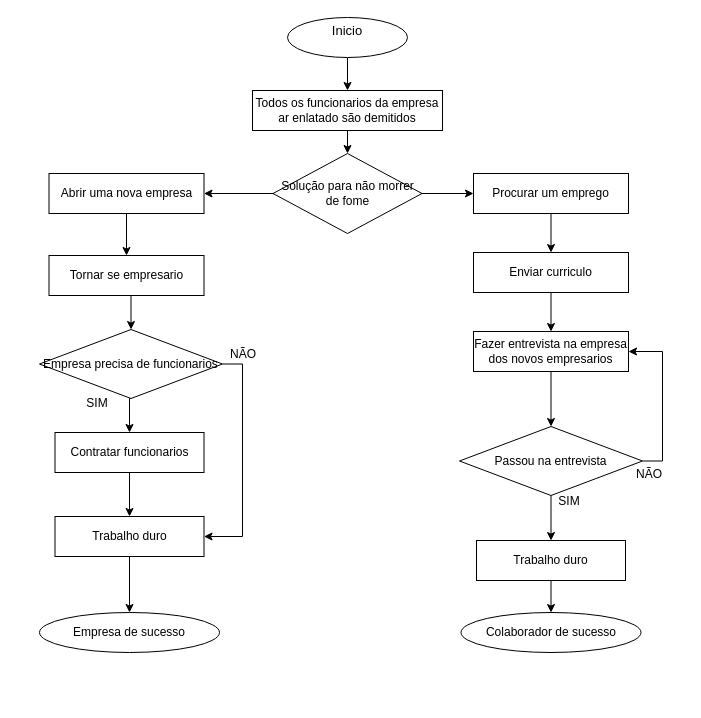
Before: RH_demetido.drawio in Thiago163/caneta, a draw.io diagram. Source tidied: cells renumbered, new cells numbered last; positions are measured from the earlier drawing's top-left corner, leaving out a move shared by most shapes. Both pictures are drawn from the tidied source at 100%, with x=0, y=0 at pixel (39, 17).
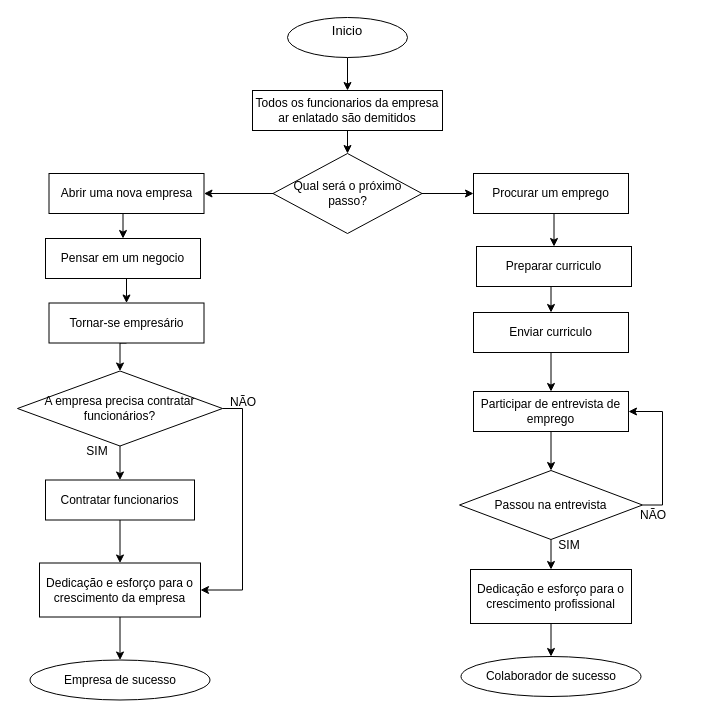
Above is the later version.

Unchanged cells that the change refers to:
```xml
<mxCell id="3" value="Procurar um emprego" style="rounded=0;whiteSpace=wrap;html=1;" parent="1" vertex="1">
  <mxGeometry x="434" y="156" width="155" height="40" as="geometry" />
</mxCell>
<mxCell id="15" value="Abrir uma nova empresa" style="rounded=0;whiteSpace=wrap;html=1;" parent="1" vertex="1">
  <mxGeometry x="9.5" y="156" width="155" height="40" as="geometry" />
</mxCell>
```

What changed in the source:
```diff
@@
-    <mxCell id="2" style="edgeStyle=orthogonalEdgeStyle;rounded=0;jettySize=auto;html=1;exitX=0.5;exitY=1;exitDx=0;exitDy=0;entryX=0.5;entryY=0;entryDx=0;entryDy=0;" parent="1" edge="1" source="3" target="31">
-      <mxGeometry relative="1" as="geometry" />
-    </mxCell>
+    <mxCell id="37" style="edgeStyle=orthogonalEdgeStyle;rounded=0;jettySize=auto;html=1;exitX=0.5;exitY=1;exitDx=0;exitDy=0;entryX=0.5;entryY=0;entryDx=0;entryDy=0;" parent="1" edge="1" source="3" target="42">
+      <mxGeometry relative="1" as="geometry" />
+    </mxCell>
@@
     <mxCell id="4" value="&lt;div&gt;Colaborador de sucesso&lt;/div&gt;" style="ellipse;whiteSpace=wrap;html=1;shapeInside=1;" parent="1" vertex="1">
-      <mxGeometry x="421.5" y="595" width="180" height="40" as="geometry" />
+      <mxGeometry x="421.5" y="639" width="180" height="40" as="geometry" />
     </mxCell>
@@
-    <mxCell id="6" value="Fazer entrevista na empresa dos novos empresarios" style="rounded=0;whiteSpace=wrap;html=1;" parent="1" vertex="1">
-      <mxGeometry x="434" y="314" width="155" height="40" as="geometry" />
+    <mxCell id="6" value="Participar de entrevista de emprego" style="rounded=0;whiteSpace=wrap;html=1;" parent="1" vertex="1">
+      <mxGeometry x="434" y="374" width="155" height="40" as="geometry" />
     </mxCell>
@@
     <mxCell id="9" value="Passou na entrevista" style="rhombus;whiteSpace=wrap;html=1;shapeInside=1;" parent="1" vertex="1">
-      <mxGeometry x="420" y="409" width="183" height="69" as="geometry" />
+      <mxGeometry x="420" y="453" width="183" height="69" as="geometry" />
     </mxCell>
@@
-    <mxCell id="14" style="edgeStyle=orthogonalEdgeStyle;rounded=0;jettySize=auto;html=1;exitX=0.5;exitY=1;exitDx=0;exitDy=0;entryX=0.5;entryY=0;entryDx=0;entryDy=0;" parent="1" edge="1" source="15" target="17">
-      <mxGeometry relative="1" as="geometry" />
-    </mxCell>
+    <mxCell id="38" style="edgeStyle=orthogonalEdgeStyle;rounded=0;jettySize=auto;html=1;exitX=0.5;exitY=1;exitDx=0;exitDy=0;entryX=0.5;entryY=0;entryDx=0;entryDy=0;" parent="1" edge="1" source="15" target="40">
+      <mxGeometry relative="1" as="geometry" />
+    </mxCell>
@@
-    <mxCell id="17" value="Tornar se empresario" style="rounded=0;whiteSpace=wrap;html=1;" parent="1" vertex="1">
-      <mxGeometry x="9.5" y="238" width="155" height="40" as="geometry" />
+    <mxCell id="17" value="Tornar-se empresário" style="rounded=0;whiteSpace=wrap;html=1;" parent="1" vertex="1">
+      <mxGeometry x="9.5" y="285.5" width="155" height="40" as="geometry" />
     </mxCell>
@@
     <mxCell id="19" value="Contratar funcionarios" style="rounded=0;whiteSpace=wrap;html=1;" parent="1" vertex="1">
-      <mxGeometry x="15.5" y="415" width="149" height="40" as="geometry" />
+      <mxGeometry x="6" y="462.5" width="149" height="40" as="geometry" />
     </mxCell>
     <mxCell id="20" value="&lt;div&gt;Empresa de sucesso&lt;/div&gt;" style="ellipse;whiteSpace=wrap;html=1;shapeInside=1;" parent="1" vertex="1">
-      <mxGeometry y="595" width="180" height="40" as="geometry" />
+      <mxGeometry x="-9.5" y="642.5" width="180" height="40" as="geometry" />
     </mxCell>
@@
-    <mxCell id="23" value="Empresa precisa de funcionarios" style="rhombus;whiteSpace=wrap;html=1;shapeInside=1;" parent="1" vertex="1">
-      <mxGeometry y="312" width="183" height="69" as="geometry" />
+    <mxCell id="23" value="A empresa precisa contratar funcionários?" style="rhombus;whiteSpace=wrap;html=1;shapeInside=1;" parent="1" vertex="1">
+      <mxGeometry x="-22" y="353.5" width="205" height="75" as="geometry" />
     </mxCell>
     <mxCell id="24" value="SIM" style="text;html=1;whiteSpace=wrap;strokeColor=none;fillColor=none;align=center;verticalAlign=middle;rounded=0;" parent="1" vertex="1">
-      <mxGeometry x="500" y="469" width="60" height="30" as="geometry" />
+      <mxGeometry x="500" y="513" width="60" height="30" as="geometry" />
     </mxCell>
     <mxCell id="25" value="NÃO" style="text;html=1;whiteSpace=wrap;strokeColor=none;fillColor=none;align=center;verticalAlign=middle;rounded=0;" parent="1" vertex="1">
-      <mxGeometry x="580" y="442" width="60" height="30" as="geometry" />
+      <mxGeometry x="584" y="483" width="60" height="30" as="geometry" />
     </mxCell>
     <mxCell id="26" value="SIM" style="text;html=1;whiteSpace=wrap;strokeColor=none;fillColor=none;align=center;verticalAlign=middle;rounded=0;" parent="1" vertex="1">
-      <mxGeometry x="27.5" y="371" width="60" height="30" as="geometry" />
+      <mxGeometry x="27.5" y="418.5" width="60" height="30" as="geometry" />
     </mxCell>
     <mxCell id="27" value="NÃO" style="text;html=1;whiteSpace=wrap;strokeColor=none;fillColor=none;align=center;verticalAlign=middle;rounded=0;" parent="1" vertex="1">
-      <mxGeometry x="173.5" y="322" width="60" height="30" as="geometry" />
+      <mxGeometry x="173.5" y="369.5" width="60" height="30" as="geometry" />
     </mxCell>
@@
-    <mxCell id="29" value="Trabalho duro" style="rounded=0;whiteSpace=wrap;html=1;" parent="1" vertex="1">
-      <mxGeometry x="15.5" y="499" width="149" height="40" as="geometry" />
+    <mxCell id="29" value="Dedicação e esforço para o crescimento da empresa" style="rounded=0;whiteSpace=wrap;html=1;" parent="1" vertex="1">
+      <mxGeometry y="545.5" width="161" height="54" as="geometry" />
     </mxCell>
@@
     <mxCell id="31" value="Enviar curriculo" style="rounded=0;whiteSpace=wrap;html=1;" parent="1" vertex="1">
-      <mxGeometry x="434" y="235" width="155" height="40" as="geometry" />
+      <mxGeometry x="434" y="295" width="155" height="40" as="geometry" />
     </mxCell>
@@
-    <mxCell id="33" value="Trabalho duro" style="rounded=0;whiteSpace=wrap;html=1;" parent="1" vertex="1">
-      <mxGeometry x="437" y="523" width="149" height="40" as="geometry" />
+    <mxCell id="33" value="Dedicação e esforço para o crescimento profissional" style="rounded=0;whiteSpace=wrap;html=1;" parent="1" vertex="1">
+      <mxGeometry x="431" y="552" width="161" height="54" as="geometry" />
     </mxCell>
@@
-    <mxCell id="36" value="Solução para não morrer de fome" style="rhombus;whiteSpace=wrap;html=1;shapeInside=1;" parent="1" vertex="1">
+    <mxCell id="36" value="Qual será o próximo passo?" style="rhombus;whiteSpace=wrap;html=1;shapeInside=1;" parent="1" vertex="1">
       <mxGeometry x="233.5" y="136" width="149" height="80" as="geometry" />
     </mxCell>
+    <mxCell id="39" style="edgeStyle=orthogonalEdgeStyle;rounded=0;jettySize=auto;html=1;exitX=0.5;exitY=1;exitDx=0;exitDy=0;entryX=0.5;entryY=0;entryDx=0;entryDy=0;" parent="1" edge="1" source="40" target="17">
+      <mxGeometry relative="1" as="geometry" />
+    </mxCell>
+    <mxCell id="40" value="Pensar em um negocio" style="rounded=0;whiteSpace=wrap;html=1;" parent="1" vertex="1">
+      <mxGeometry x="6" y="221" width="155" height="40" as="geometry" />
+    </mxCell>
+    <mxCell id="41" style="edgeStyle=orthogonalEdgeStyle;rounded=0;jettySize=auto;html=1;exitX=0.5;exitY=1;exitDx=0;exitDy=0;entryX=0.5;entryY=0;entryDx=0;entryDy=0;" parent="1" edge="1" source="42" target="31">
+      <mxGeometry relative="1" as="geometry" />
+    </mxCell>
+    <mxCell id="42" value="Preparar curriculo" style="rounded=0;whiteSpace=wrap;html=1;" parent="1" vertex="1">
+      <mxGeometry x="437" y="229" width="155" height="40" as="geometry" />
+    </mxCell>
```
